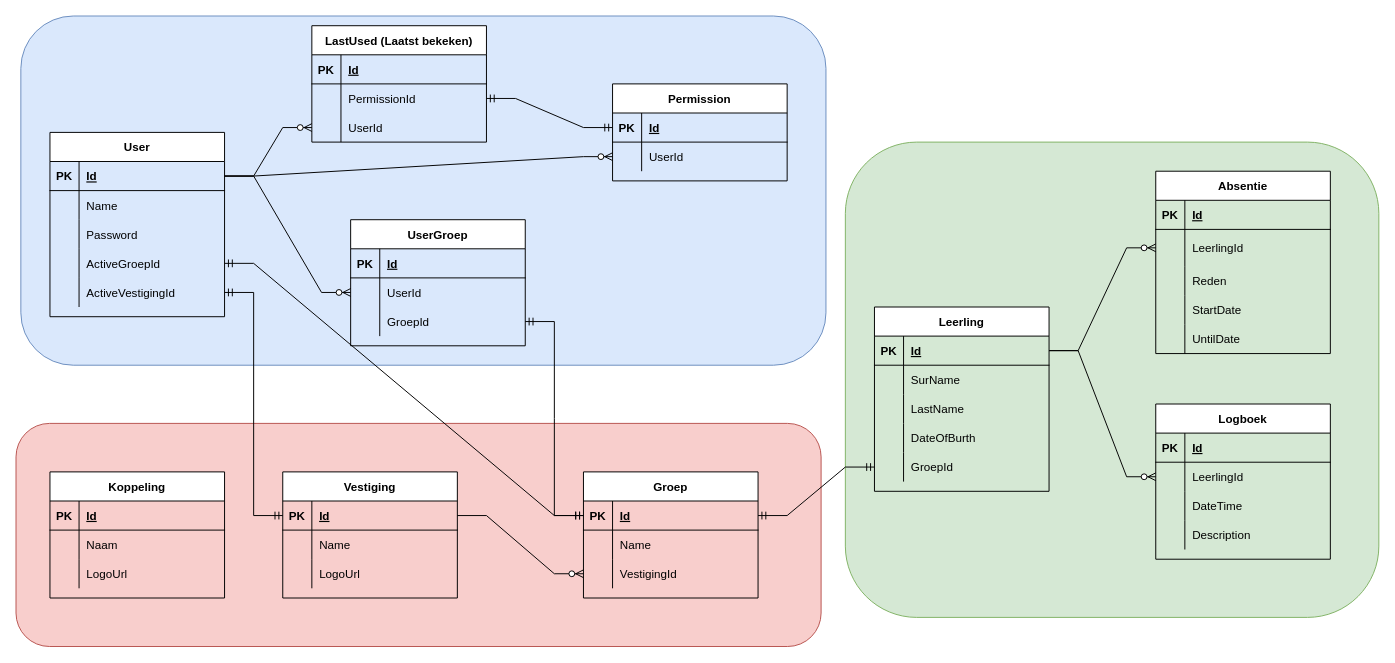
Earlier version of the draw.io diagram ER-diagram.drawio (BFF-Unlimited/bff-unlimited). Source tidied: cells renumbered, new cells numbered last; positions are measured from the earlier drawing's top-left corner, leaving out a move shared by most shapes. Both pictures are drawn from the tidied source at 97%, with x=0, y=0 at pixel (16, 16).
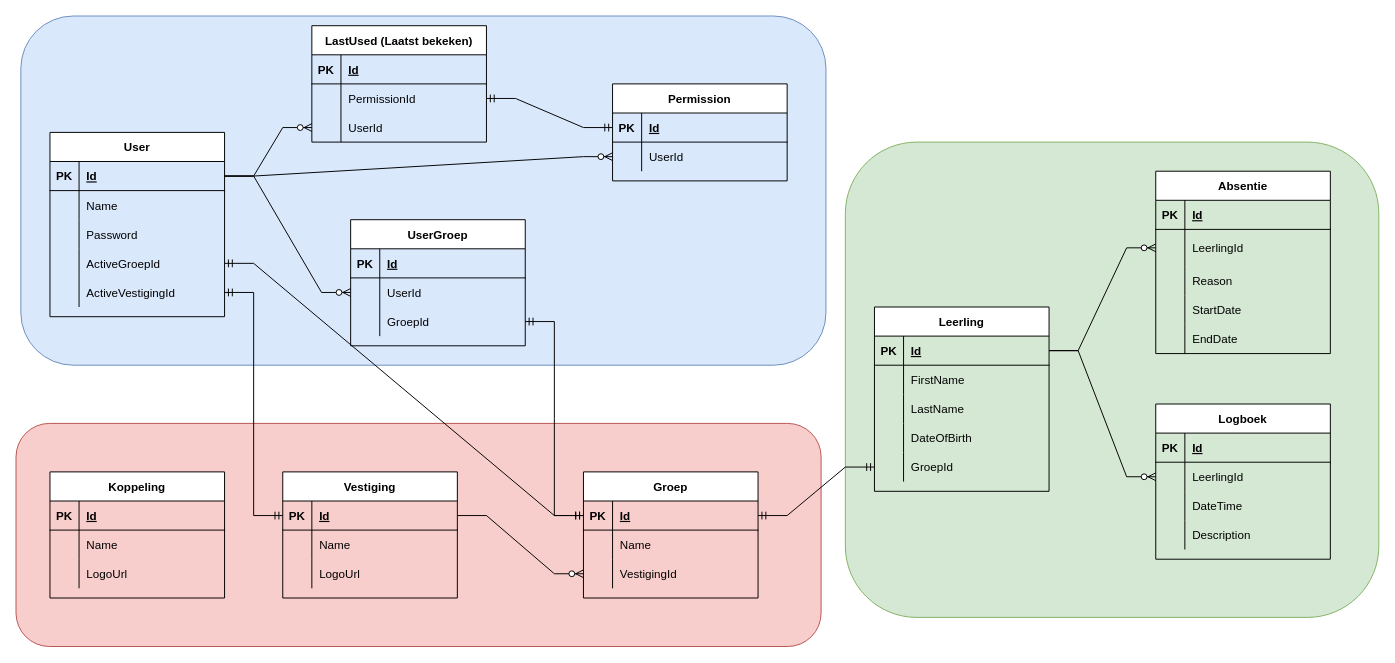
The same diagram, later.

The change refers to these unchanged cells:
```xml
<mxCell id="26" style="shape=tableRow;horizontal=0;startSize=0;swimlaneHead=0;swimlaneBody=0;fillColor=none;top=0;left=0;right=0;bottom=0;" parent="22" vertex="1">
  <mxGeometry y="60" width="180" height="30" as="geometry" />
</mxCell>
<mxCell id="39" style="shape=tableRow;horizontal=0;startSize=0;swimlaneHead=0;swimlaneBody=0;fillColor=none;top=0;left=0;right=0;bottom=0;" parent="32" vertex="1">
  <mxGeometry y="98" width="180" height="30" as="geometry" />
</mxCell>
<mxCell id="45" style="shape=tableRow;horizontal=0;startSize=0;swimlaneHead=0;swimlaneBody=0;fillColor=none;top=0;left=0;right=0;bottom=0;" parent="32" vertex="1">
  <mxGeometry y="158" width="180" height="30" as="geometry" />
</mxCell>
<mxCell id="62" style="shape=tableRow;horizontal=0;startSize=0;swimlaneHead=0;swimlaneBody=0;fillColor=none;top=0;left=0;right=0;bottom=0;" parent="58" vertex="1">
  <mxGeometry y="60" width="180" height="30" as="geometry" />
</mxCell>
<mxCell id="68" style="shape=tableRow;horizontal=0;startSize=0;swimlaneHead=0;swimlaneBody=0;fillColor=none;top=0;left=0;right=0;bottom=0;" parent="58" vertex="1">
  <mxGeometry y="120" width="180" height="30" as="geometry" />
</mxCell>
```

The edit, as a diff of the source:
```diff
@@
-    <mxCell id="28" value="Naam   " style="shape=partialRectangle;fillColor=none;top=0;left=0;bottom=0;right=0;align=left;spacingLeft=6;overflow=hidden;" parent="26" vertex="1">
+    <mxCell id="28" value="Name" style="shape=partialRectangle;fillColor=none;top=0;left=0;bottom=0;right=0;align=left;spacingLeft=6;overflow=hidden;" parent="26" vertex="1">
       <mxGeometry x="30" width="150" height="30" as="geometry" />
     </mxCell>
@@
-    <mxCell id="41" value="Reden" style="shape=partialRectangle;fillColor=none;top=0;left=0;bottom=0;right=0;align=left;spacingLeft=6;overflow=hidden;" parent="39" vertex="1">
+    <mxCell id="41" value="Reason" style="shape=partialRectangle;fillColor=none;top=0;left=0;bottom=0;right=0;align=left;spacingLeft=6;overflow=hidden;" parent="39" vertex="1">
       <mxGeometry x="30" width="150" height="30" as="geometry" />
     </mxCell>
@@
-    <mxCell id="47" value="UntilDate" style="shape=partialRectangle;fillColor=none;top=0;left=0;bottom=0;right=0;align=left;spacingLeft=6;overflow=hidden;" parent="45" vertex="1">
+    <mxCell id="47" value="EndDate" style="shape=partialRectangle;fillColor=none;top=0;left=0;bottom=0;right=0;align=left;spacingLeft=6;overflow=hidden;" parent="45" vertex="1">
       <mxGeometry x="30" width="150" height="30" as="geometry" />
     </mxCell>
@@
-    <mxCell id="64" value="SurName" style="shape=partialRectangle;fillColor=none;top=0;left=0;bottom=0;right=0;align=left;spacingLeft=6;overflow=hidden;" parent="62" vertex="1">
+    <mxCell id="64" value="FirstName    " style="shape=partialRectangle;fillColor=none;top=0;left=0;bottom=0;right=0;align=left;spacingLeft=6;overflow=hidden;" parent="62" vertex="1">
       <mxGeometry x="30" width="150" height="30" as="geometry" />
     </mxCell>
@@
-    <mxCell id="70" value="DateOfBurth" style="shape=partialRectangle;fillColor=none;top=0;left=0;bottom=0;right=0;align=left;spacingLeft=6;overflow=hidden;" parent="68" vertex="1">
+    <mxCell id="70" value="DateOfBirth" style="shape=partialRectangle;fillColor=none;top=0;left=0;bottom=0;right=0;align=left;spacingLeft=6;overflow=hidden;" parent="68" vertex="1">
       <mxGeometry x="30" width="150" height="30" as="geometry" />
     </mxCell>
```
